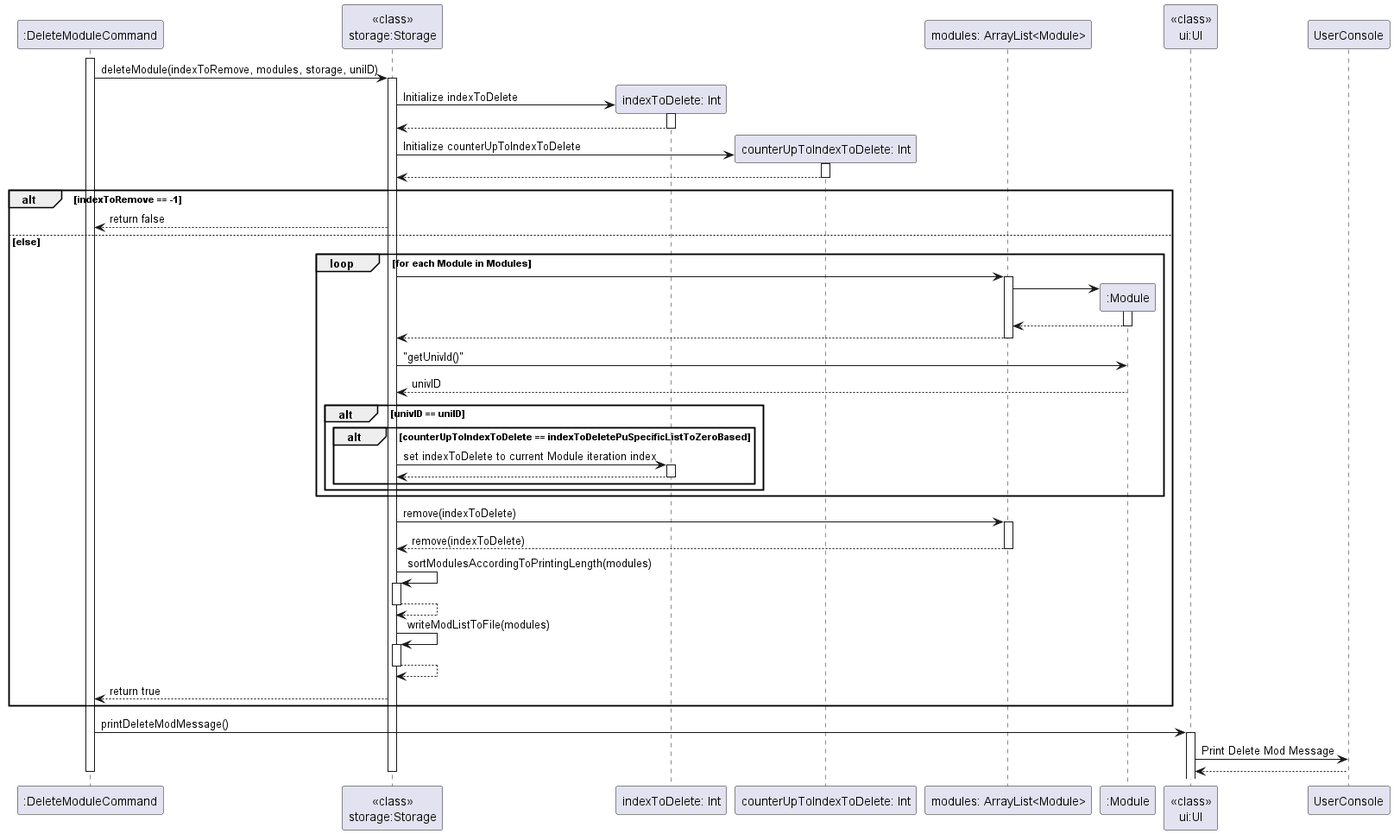
The PlantUML diagram docs/diagrams/Commands/DeleteModuleCommandSequenceDiagram.png in nus-cs2113-AY2223S2/tp, before a commit.
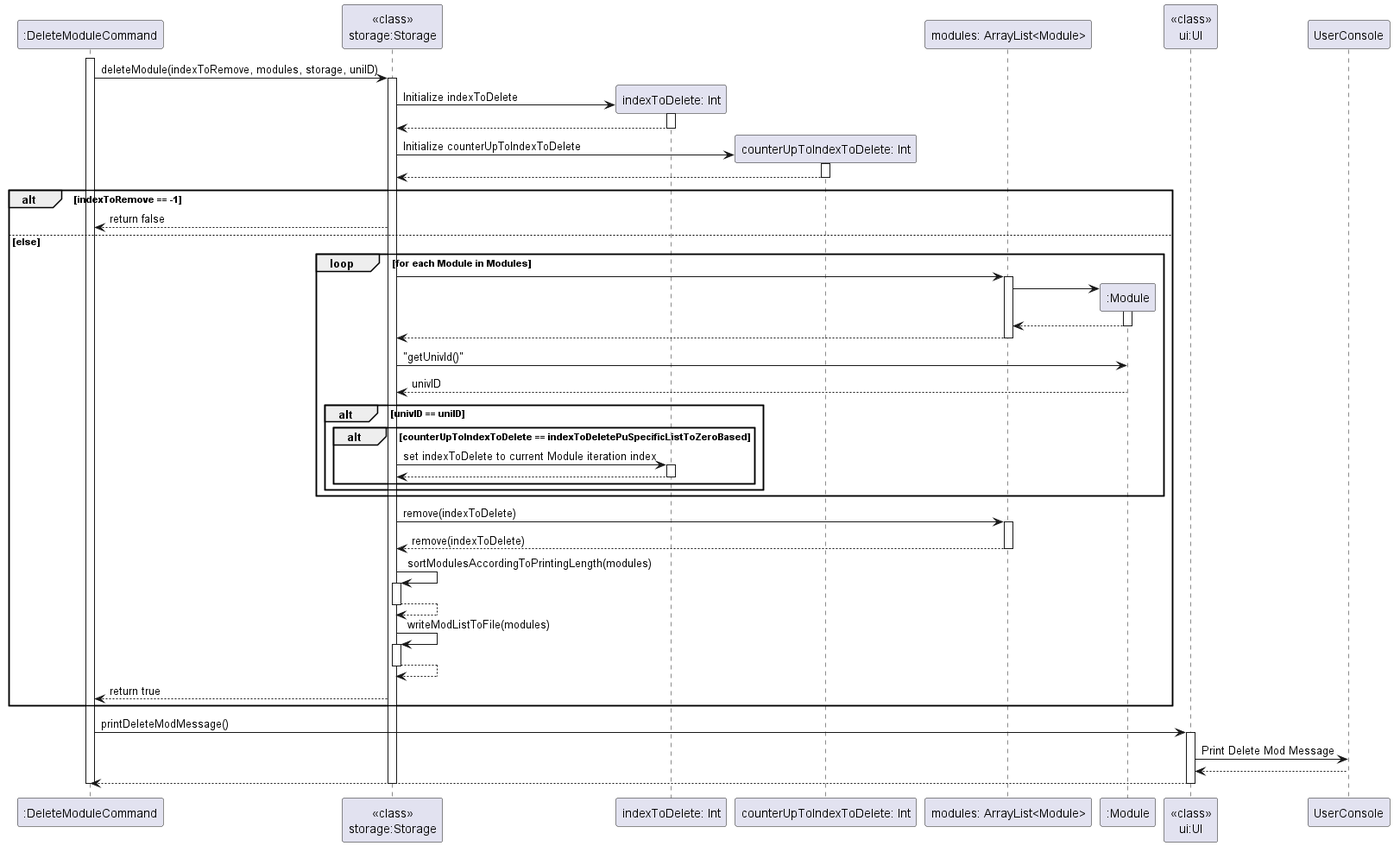
After the commit.

Diff of the diagram source:
```diff
@@ -69,7 +69,10 @@
 
 "<<class>>\nui:UI" -> UserConsole : Print Delete Mod Message
 "<<class>>\nui:UI" <-- UserConsole
+":DeleteModuleCommand" <-- "<<class>>\nui:UI"
+deactivate "<<class>>\nui:UI"
 
 deactivate "<<class>>\nstorage:Storage"
+
 deactivate ":DeleteModuleCommand"
 @enduml
```
